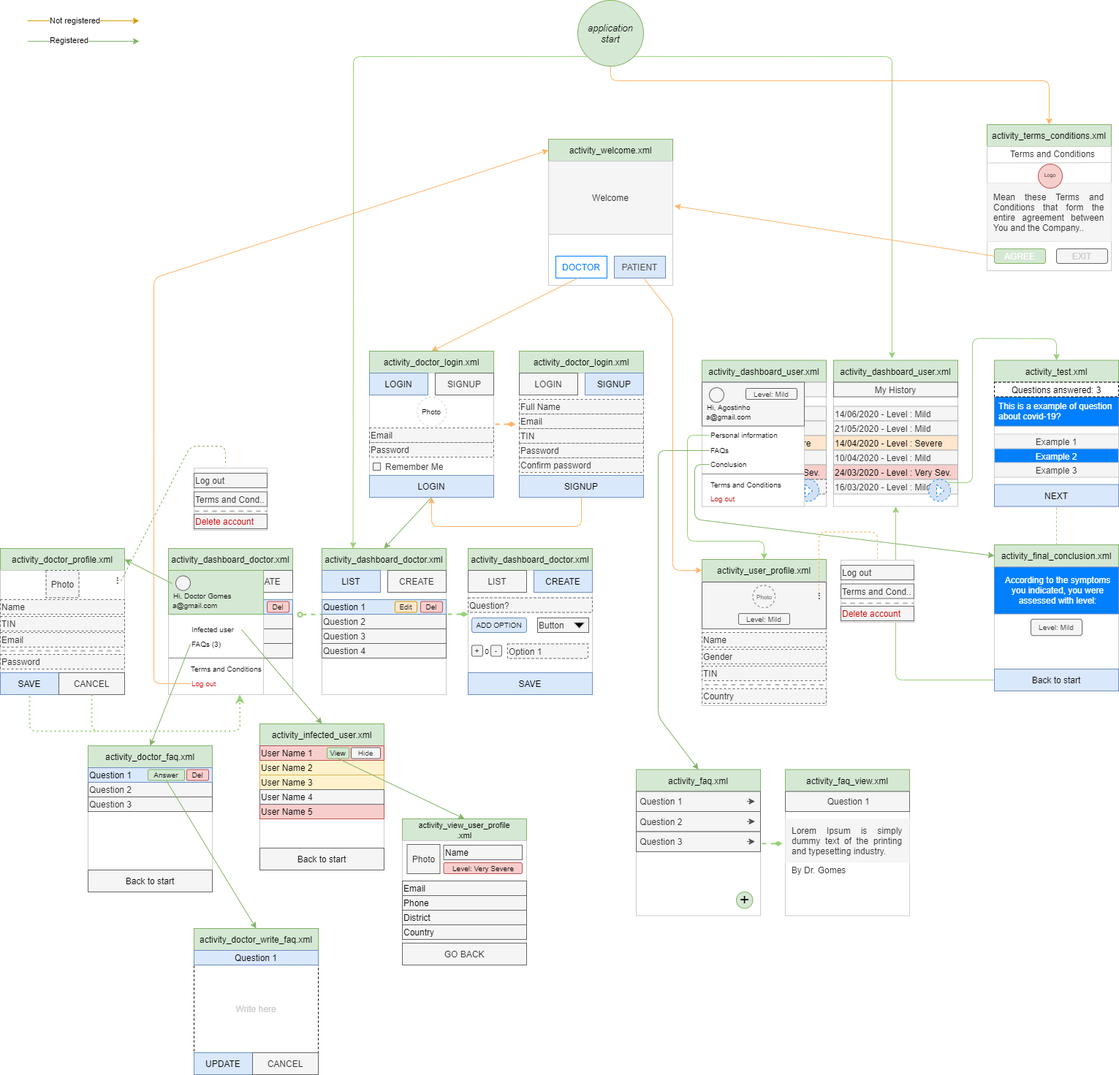
Above: documentation/draw-nav_activity.png in agostinhoramos/Testing_COVID_19 (draw.io), before the change. Source tidied: cells renumbered, new cells last; positions are measured from the earlier drawing's top-left corner, leaving out a move shared by most shapes.
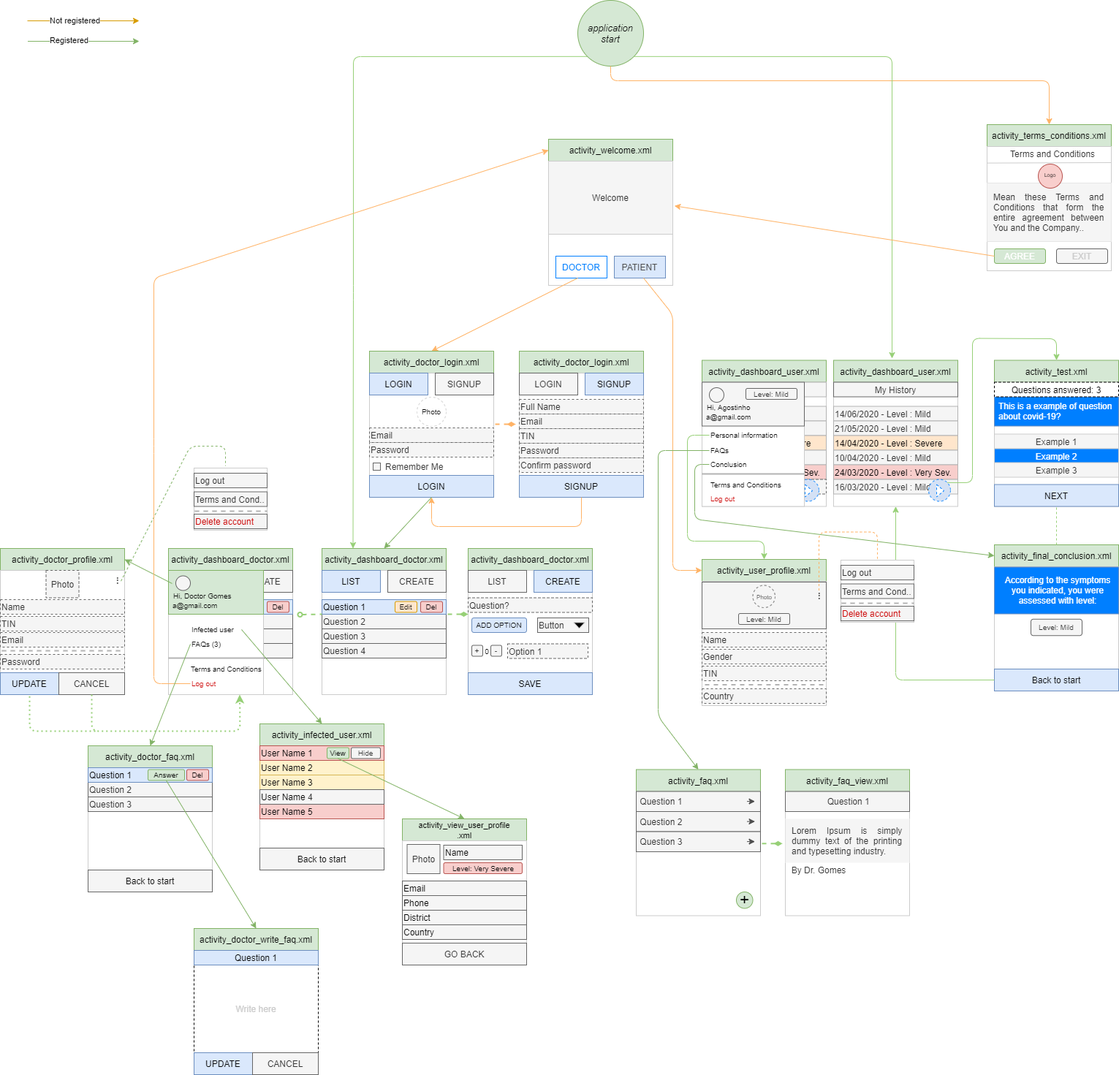
After the commit.

The edit, as a diff of the source:
```diff
@@ -218,7 +218,7 @@
     <mxCell id="66" value="&lt;b&gt;...&lt;/b&gt;" style="rounded=0;whiteSpace=wrap;html=1;fillColor=none;strokeColor=none;fontColor=#333333;rotation=90;" parent="1" vertex="1">
       <mxGeometry x="150" y="783.5" width="30" height="22.5" as="geometry" />
     </mxCell>
-    <mxCell id="67" value="SAVE" style="rounded=0;whiteSpace=wrap;html=1;fillColor=#dae8fc;strokeColor=#6c8ebf;" parent="1" vertex="1">
+    <mxCell id="67" value="UPDATE" style="rounded=0;whiteSpace=wrap;html=1;fillColor=#dae8fc;strokeColor=#6c8ebf;" parent="1" vertex="1">
       <mxGeometry y="920" width="80" height="30" as="geometry" />
     </mxCell>
     <mxCell id="68" value="Name" style="rounded=0;whiteSpace=wrap;html=1;fillColor=#f5f5f5;strokeColor=#666666;fontColor=#333333;align=left;dashed=1;" parent="1" vertex="1">
```
